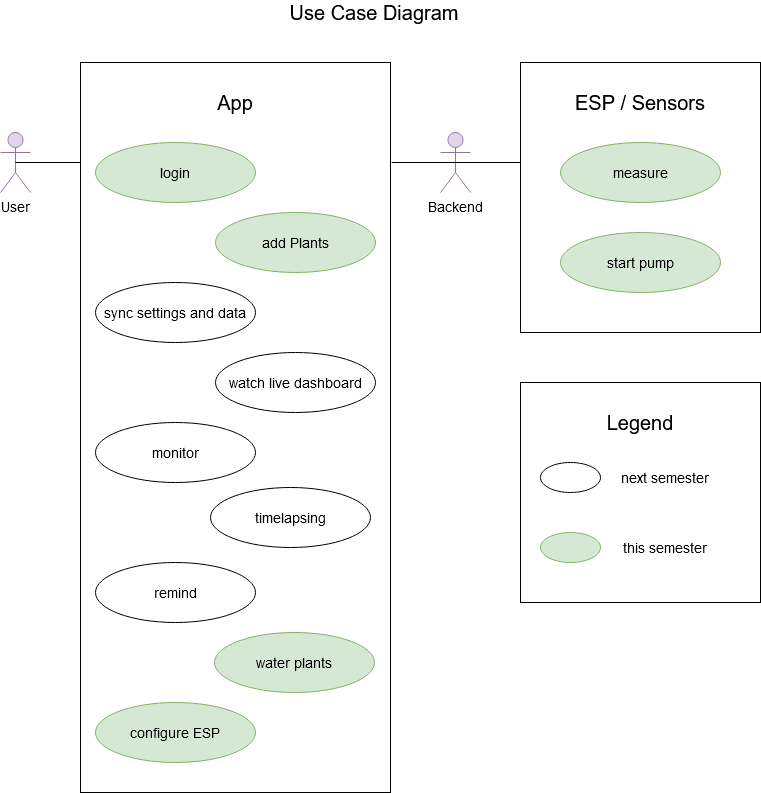
Before: UC/Use-Case-Diagram.png, a diagram exported from draw.io (Kokoloris19097/LazyPlants.dokumentation). Source tidied: cells renumbered, new cells last; positions are measured from the earlier drawing's top-left corner, leaving out a move shared by most shapes.
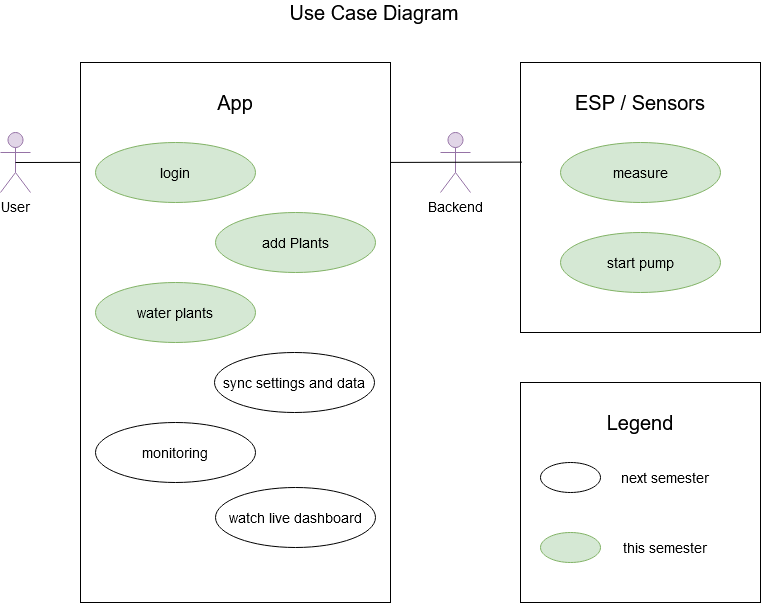
Later version of the same file.

What changed in the source:
```diff
@@ -9,7 +9,7 @@
       <mxGeometry x="440" y="130" width="30" height="60" as="geometry" />
     </mxCell>
     <mxCell id="4" style="rounded=0;whiteSpace=wrap;html=1;" parent="1" vertex="1">
-      <mxGeometry x="80" y="60" width="310" height="730" as="geometry" />
+      <mxGeometry x="80" y="60" width="310" height="540" as="geometry" />
     </mxCell>
     <mxCell id="5" style="rounded=0;whiteSpace=wrap;html=1;" parent="1" vertex="1">
       <mxGeometry x="520" y="60" width="240" height="270" as="geometry" />
@@ -20,11 +20,6 @@
     <mxCell id="7" value="&lt;font style=&quot;font-size: 20px&quot;&gt;ESP / Sensors&lt;/font&gt;" style="text;html=1;strokeColor=none;fillColor=none;align=center;verticalAlign=middle;whiteSpace=wrap;rounded=0;" parent="1" vertex="1">
       <mxGeometry x="560" y="90" width="160" height="20" as="geometry" />
     </mxCell>
-    <mxCell id="8" style="endArrow=none;html=1;exitX=1.004;exitY=0.137;exitDx=0;exitDy=0;exitPerimeter=0;" parent="1" edge="1" source="4">
-      <mxGeometry relative="1" as="geometry">
-        <mxPoint x="520" y="160" as="targetPoint" />
-      </mxGeometry>
-    </mxCell>
     <mxCell id="9" value="&lt;font style=&quot;font-size: 14px&quot;&gt;login&lt;/font&gt;" style="ellipse;whiteSpace=wrap;html=1;fillColor=#d5e8d4;strokeColor=#82b366;" parent="1" vertex="1">
       <mxGeometry x="95" y="140" width="160" height="60" as="geometry" />
     </mxCell>
@@ -32,27 +27,18 @@
       <mxGeometry x="215" y="210" width="160" height="60" as="geometry" />
     </mxCell>
     <mxCell id="11" value="&lt;font style=&quot;font-size: 14px&quot;&gt;sync settings and data&lt;/font&gt;" style="ellipse;whiteSpace=wrap;html=1;" parent="1" vertex="1">
-      <mxGeometry x="95" y="280" width="160" height="60" as="geometry" />
+      <mxGeometry x="214" y="350" width="160" height="60" as="geometry" />
     </mxCell>
     <mxCell id="12" value="&lt;font style=&quot;font-size: 14px&quot;&gt;watch live dashboard&lt;/font&gt;" style="ellipse;whiteSpace=wrap;html=1;" parent="1" vertex="1">
-      <mxGeometry x="215" y="350" width="160" height="60" as="geometry" />
+      <mxGeometry x="215" y="485" width="160" height="60" as="geometry" />
     </mxCell>
-    <mxCell id="13" value="&lt;font style=&quot;font-size: 14px&quot;&gt;monitor&lt;/font&gt;" style="ellipse;whiteSpace=wrap;html=1;" parent="1" vertex="1">
+    <mxCell id="13" value="&lt;font style=&quot;font-size: 14px&quot;&gt;monitoring&lt;/font&gt;" style="ellipse;whiteSpace=wrap;html=1;" parent="1" vertex="1">
       <mxGeometry x="95" y="420" width="160" height="60" as="geometry" />
     </mxCell>
-    <mxCell id="14" value="&lt;font style=&quot;font-size: 14px&quot;&gt;timelapsing&lt;/font&gt;" style="ellipse;whiteSpace=wrap;html=1;" parent="1" vertex="1">
-      <mxGeometry x="210" y="485" width="160" height="60" as="geometry" />
-    </mxCell>
-    <mxCell id="15" value="&lt;font style=&quot;font-size: 14px&quot;&gt;remind&lt;/font&gt;" style="ellipse;whiteSpace=wrap;html=1;" parent="1" vertex="1">
-      <mxGeometry x="95" y="560" width="160" height="60" as="geometry" />
-    </mxCell>
     <mxCell id="16" value="&lt;font style=&quot;font-size: 14px&quot;&gt;water plants&lt;/font&gt;" style="ellipse;whiteSpace=wrap;html=1;fillColor=#d5e8d4;strokeColor=#82b366;" parent="1" vertex="1">
-      <mxGeometry x="214" y="630" width="160" height="60" as="geometry" />
+      <mxGeometry x="95" y="280" width="160" height="60" as="geometry" />
     </mxCell>
-    <mxCell id="17" value="&lt;font style=&quot;font-size: 14px&quot;&gt;configure ESP&lt;/font&gt;" style="ellipse;whiteSpace=wrap;html=1;fillColor=#d5e8d4;strokeColor=#82b366;" parent="1" vertex="1">
-      <mxGeometry x="95" y="700" width="160" height="60" as="geometry" />
-    </mxCell>
-    <mxCell id="18" style="endArrow=none;html=1;exitX=0.5;exitY=0.5;exitDx=0;exitDy=0;exitPerimeter=0;entryX=0;entryY=0.137;entryDx=0;entryDy=0;entryPerimeter=0;" parent="1" edge="1" source="2" target="4">
+    <mxCell id="18" style="endArrow=none;html=1;exitX=0.5;exitY=0.5;exitDx=0;exitDy=0;exitPerimeter=0;entryX=0;entryY=0.185;entryDx=0;entryDy=0;entryPerimeter=0;" parent="1" edge="1" source="2" target="4">
       <mxGeometry relative="1" as="geometry" />
     </mxCell>
     <mxCell id="19" value="&lt;font style=&quot;font-size: 14px&quot;&gt;measure&lt;/font&gt;" style="ellipse;whiteSpace=wrap;html=1;fillColor=#d5e8d4;strokeColor=#82b366;" parent="1" vertex="1">
@@ -82,5 +68,10 @@
     <mxCell id="27" value="&lt;font style=&quot;font-size: 20px&quot;&gt;Use Case Diagram&lt;/font&gt;" style="text;html=1;strokeColor=none;fillColor=none;align=center;verticalAlign=middle;whiteSpace=wrap;rounded=0;" parent="1" vertex="1">
       <mxGeometry x="229" width="290" height="20" as="geometry" />
     </mxCell>
+    <mxCell id="28" style="endArrow=none;html=1;exitX=0.5;exitY=0.5;exitDx=0;exitDy=0;exitPerimeter=0;entryX=0.006;entryY=0.369;entryDx=0;entryDy=0;entryPerimeter=0;" parent="1" edge="1" target="5">
+      <mxGeometry relative="1" as="geometry">
+        <mxPoint x="390" y="159.9" as="sourcePoint" />
+      </mxGeometry>
+    </mxCell>
   </root>
 </mxGraphModel>
```
